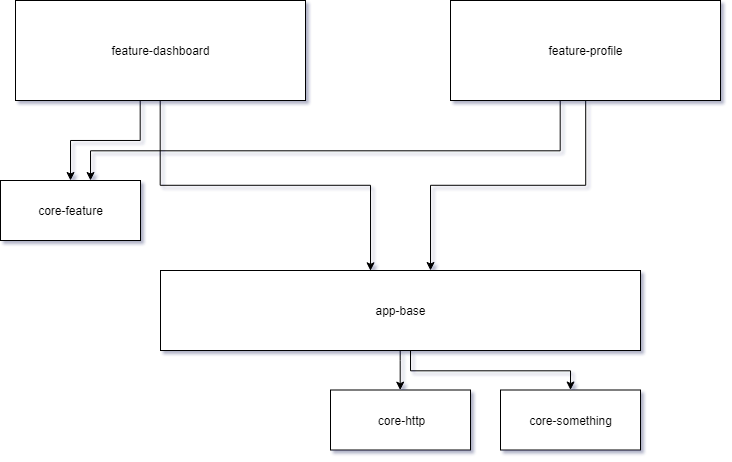
Before: art/dependency-graph.png, a diagram exported from draw.io (damian-burke/android-dynamic-feature). Source tidied: cells renumbered, new cells last; positions are measured from the earlier drawing's top-left corner, leaving out a move shared by most shapes.
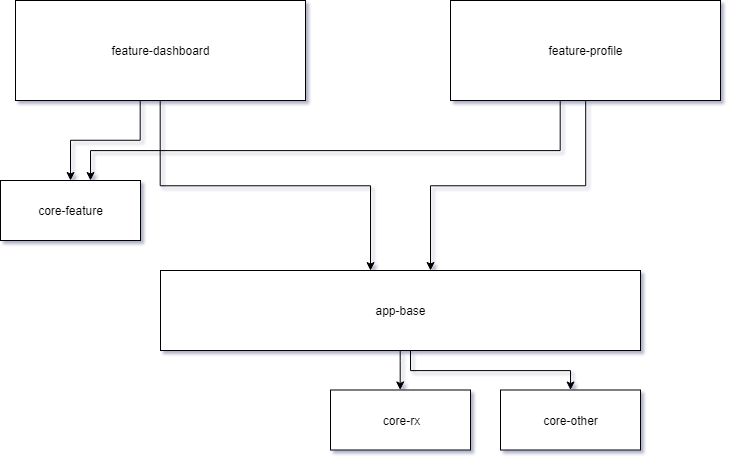
Above is the later version.

Commit message:
Update dependency graph image

Diff of the diagram source:
```diff
@@ -57,10 +57,10 @@
     <mxCell id="11" value="core-feature" style="rounded=0;whiteSpace=wrap;html=1;" parent="1" vertex="1">
       <mxGeometry y="180" width="140" height="60" as="geometry" />
     </mxCell>
-    <mxCell id="12" value="core-http" style="rounded=0;whiteSpace=wrap;html=1;" parent="1" vertex="1">
+    <mxCell id="12" value="core-rx" style="rounded=0;whiteSpace=wrap;html=1;" parent="1" vertex="1">
       <mxGeometry x="330" y="389.5" width="140" height="60" as="geometry" />
     </mxCell>
-    <mxCell id="13" value="core-something" style="rounded=0;whiteSpace=wrap;html=1;" parent="1" vertex="1">
+    <mxCell id="13" value="core-other" style="rounded=0;whiteSpace=wrap;html=1;" parent="1" vertex="1">
       <mxGeometry x="500" y="389.5" width="140" height="60" as="geometry" />
     </mxCell>
   </root>
```
